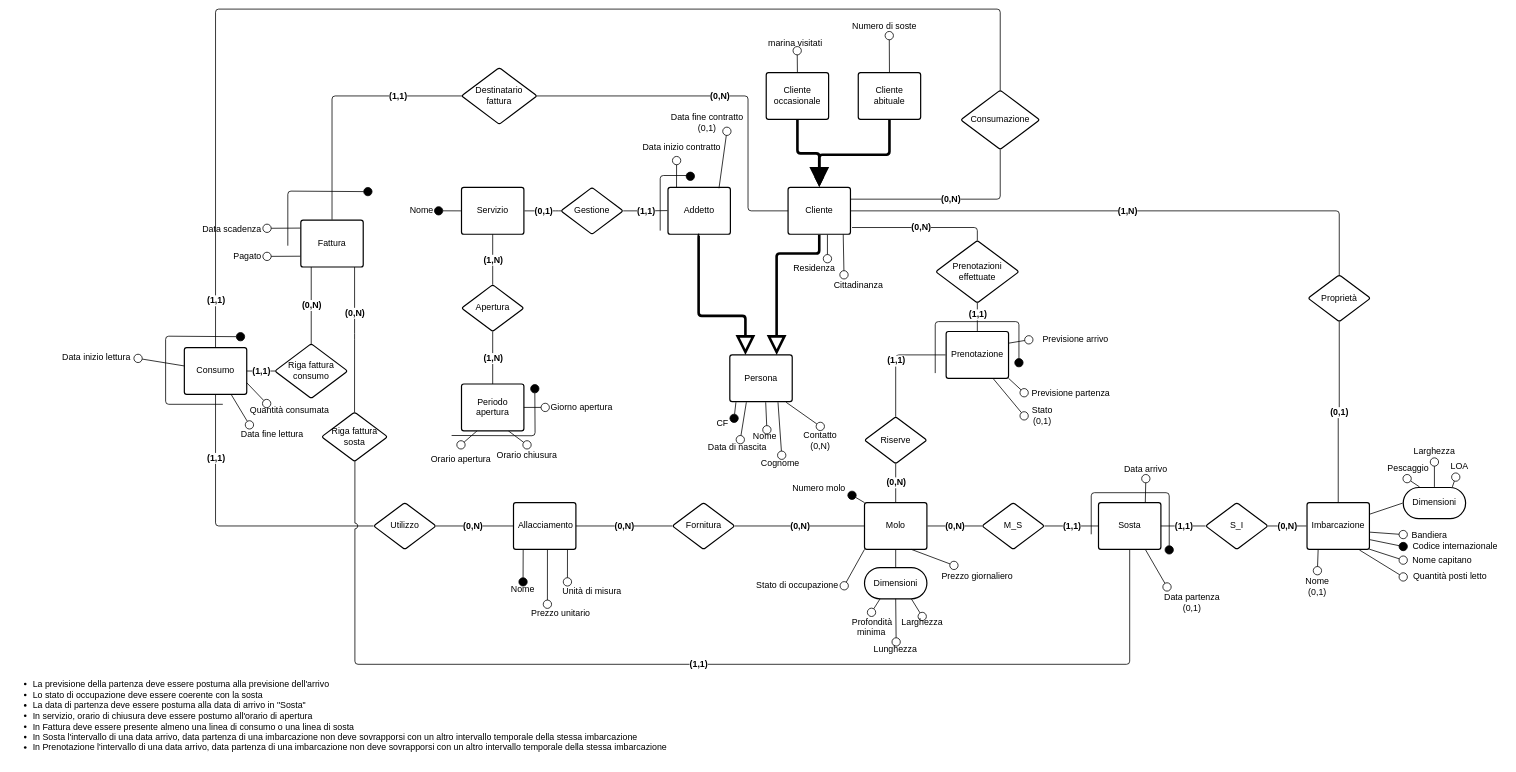
alessandro-massarenti/Progetto-basi-di-dati-2022 keeps this draw.io diagram as page "Concettuale ridotto" (4 of 5) of src_relazione_tex/Er.drawio. Above is the earlier version. Source tidied: cells renumbered, new cells numbered last; positions are measured from the earlier drawing's top-left corner, leaving out a move shared by most shapes. Both pictures are drawn from the tidied source at 52%, with x=0, y=0 at pixel (9, 9).
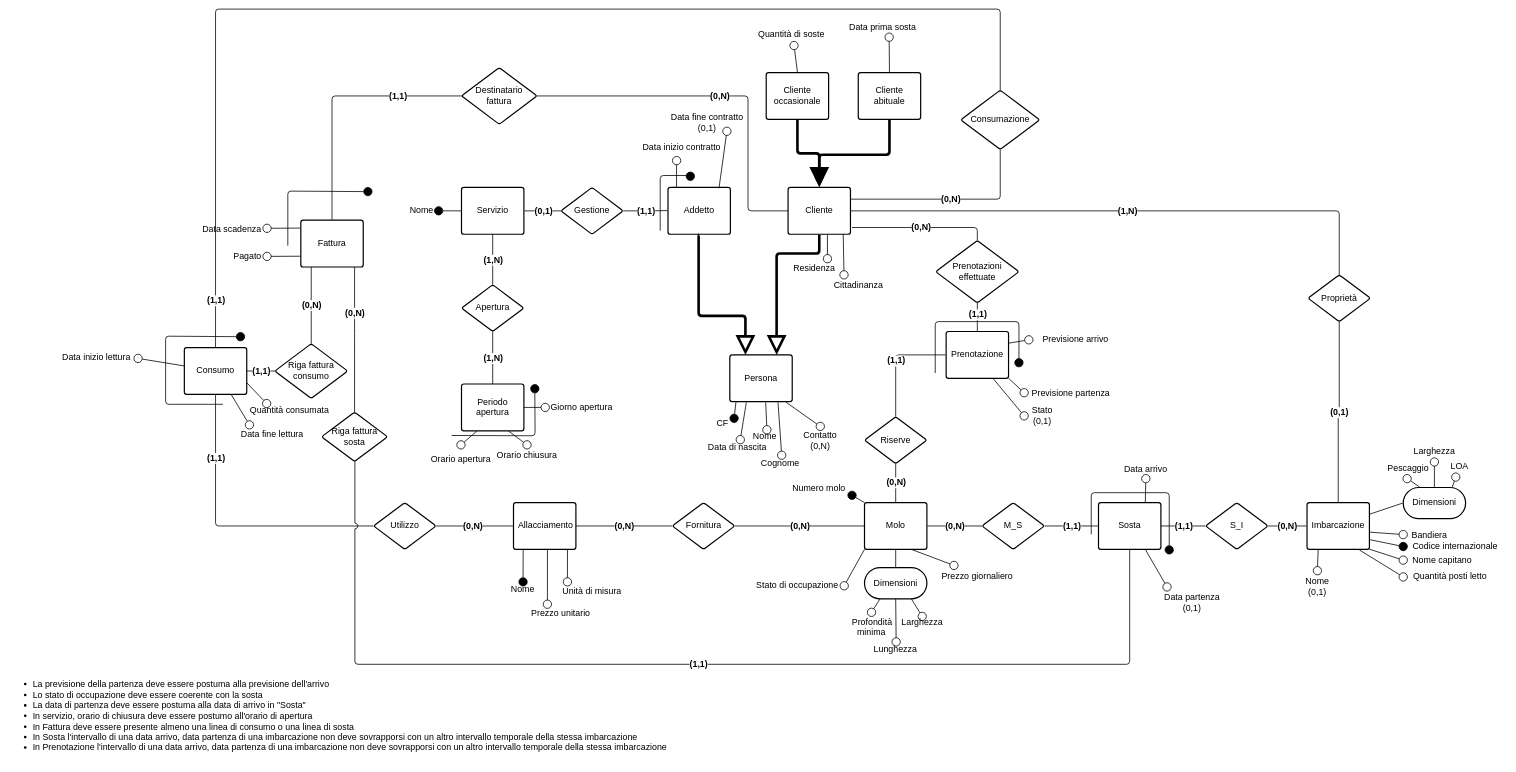
The same diagram, later.

Commit message:
Sistemata la generalizzazione di cliente

What changed in the source:
```diff
@@
-    <mxCell id="5" value="marina visitati" style="html=1;overflow=block;blockSpacing=1;whiteSpace=wrap;fontSize=17;fontColor=#000000;spacing=0;fillColor=none;strokeWidth=1.5;strokeColor=none;" parent="1" vertex="1">
-      <mxGeometry x="1456" y="51" width="112" height="29" as="geometry" />
+    <mxCell id="5" value="Quantità di soste" style="html=1;overflow=block;blockSpacing=1;whiteSpace=wrap;fontSize=17;fontColor=#000000;spacing=0;fillColor=none;strokeWidth=1.5;strokeColor=none;" parent="1" vertex="1">
+      <mxGeometry x="1426" y="30" width="157" height="40" as="geometry" />
     </mxCell>
@@
-    <mxCell id="20" value="Numero di soste" style="html=1;overflow=block;blockSpacing=1;whiteSpace=wrap;fontSize=17;fontColor=#000000;spacing=0;fillColor=none;strokeWidth=1.5;strokeColor=none;" parent="1" vertex="1">
-      <mxGeometry x="1621" y="14" width="125" height="37" as="geometry" />
+    <mxCell id="20" value="Data prima sosta" style="html=1;overflow=block;blockSpacing=1;whiteSpace=wrap;fontSize=17;fontColor=#000000;spacing=0;fillColor=none;strokeWidth=1.5;strokeColor=none;" parent="1" vertex="1">
+      <mxGeometry x="1595" y="17" width="170" height="37" as="geometry" />
     </mxCell>
```
